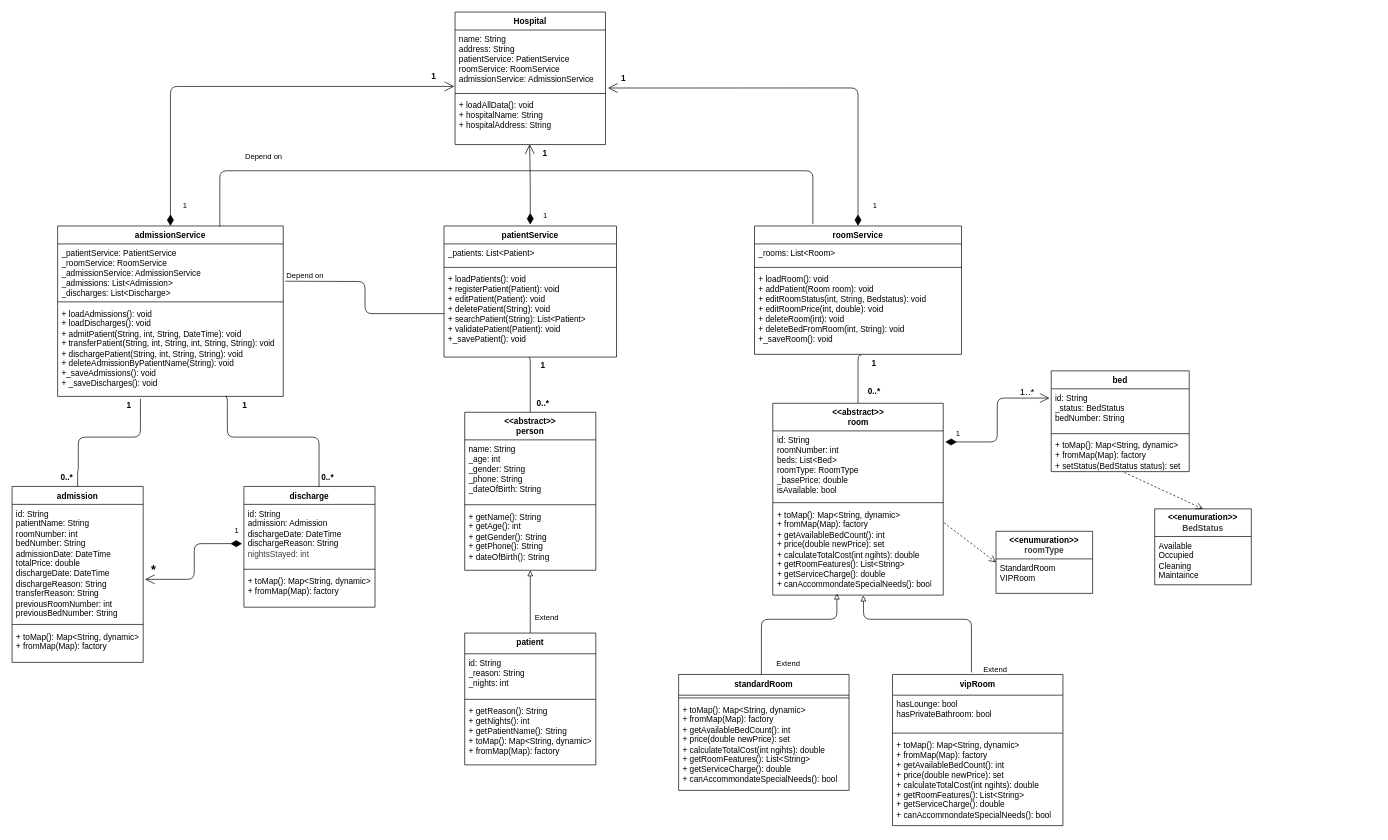
The draw.io diagram UML.drawio in Sophavisnuka/Hospital-Room-Bed-Management-Dart-Term1, before the edit. Source tidied: cells renumbered, new cells numbered last; positions are measured from the earlier drawing's top-left corner, leaving out a move shared by most shapes. Both pictures are drawn from the tidied source at 69%, with x=0, y=0 at pixel (12, 12).
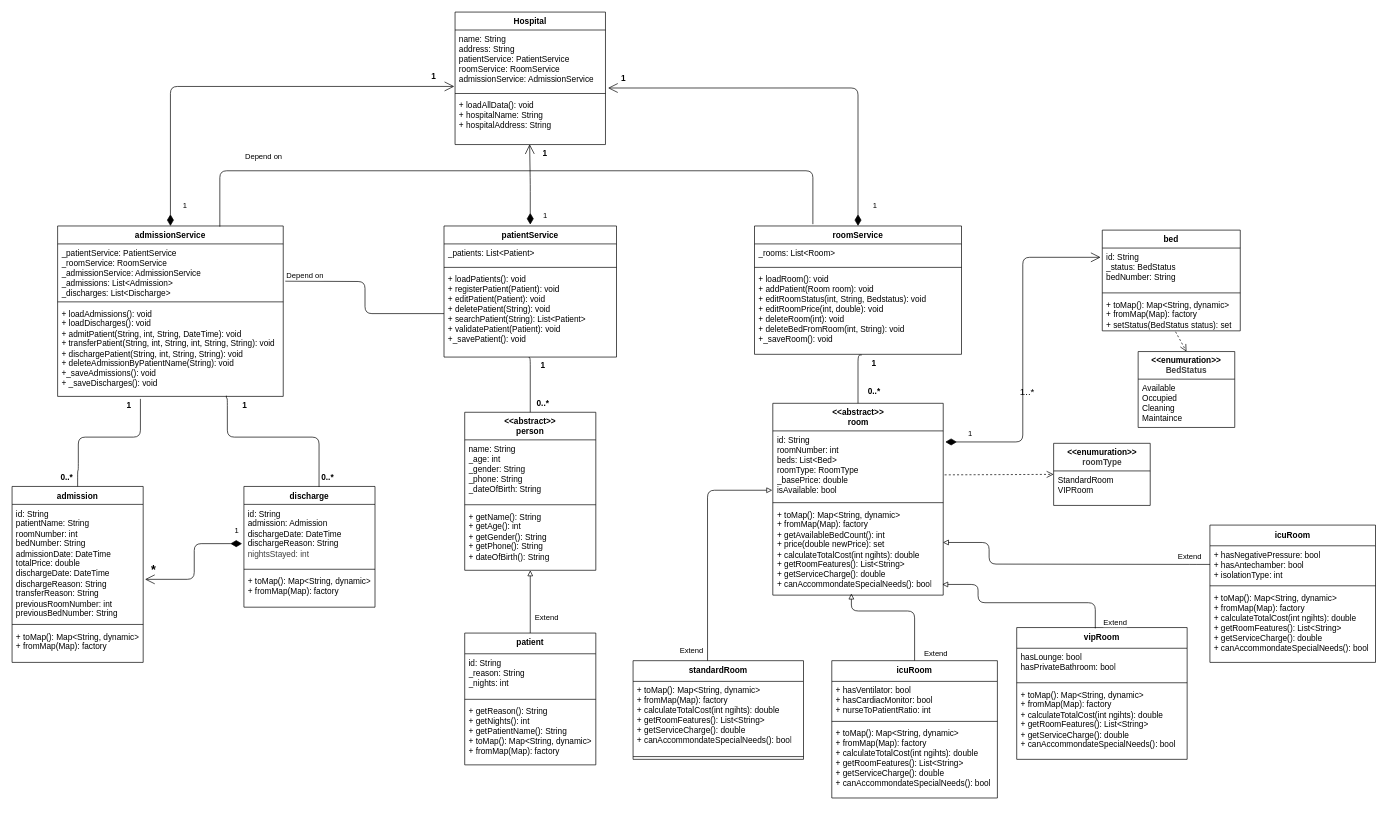
The same page after the edit.

The change refers to these unchanged cells:
```xml
<mxCell id="27" value="&lt;span&gt;&lt;font style=&quot;color: rgb(0, 0, 0);&quot;&gt;id: String&lt;/font&gt;&lt;/span&gt;&lt;div style=&quot;scrollbar-color: rgb(226, 226, 226) rgb(251, 251, 251); color: rgb(63, 63, 63);&quot;&gt;&lt;font style=&quot;color: rgb(0, 0, 0);&quot;&gt;roomNumber: int&lt;/font&gt;&lt;/div&gt;&lt;div style=&quot;scrollbar-color: rgb(226, 226, 226) rgb(251, 251, 251); color: rgb(63, 63, 63);&quot;&gt;&lt;font style=&quot;color: rgb(0, 0, 0);&quot;&gt;beds: List&amp;lt;Bed&amp;gt;&lt;/font&gt;&lt;/div&gt;&lt;div style=&quot;scrollbar-color: rgb(226, 226, 226) rgb(251, 251, 251); color: rgb(63, 63, 63);&quot;&gt;&lt;font style=&quot;color: rgb(0, 0, 0);&quot;&gt;roomType: RoomType&lt;/font&gt;&lt;/div&gt;&lt;div style=&quot;scrollbar-color: rgb(226, 226, 226) rgb(251, 251, 251); color: rgb(63, 63, 63);&quot;&gt;&lt;font style=&quot;color: rgb(0, 0, 0);&quot;&gt;_basePrice: double&lt;/font&gt;&lt;/div&gt;&lt;div style=&quot;scrollbar-color: rgb(226, 226, 226) rgb(251, 251, 251); color: rgb(63, 63, 63);&quot;&gt;&lt;font style=&quot;color: rgb(0, 0, 0);&quot;&gt;isAvailable: bool&lt;/font&gt;&lt;/div&gt;" style="text;strokeColor=none;fillColor=none;align=left;verticalAlign=top;spacingLeft=4;spacingRight=4;overflow=hidden;points=[[0,0.5],[1,0.5]];portConstraint=eastwest;whiteSpace=wrap;html=1;" parent="26" vertex="1">
  <mxGeometry y="40" width="247" height="100" as="geometry" />
</mxCell>
<mxCell id="29" value="&lt;font style=&quot;color: rgb(0, 0, 0);&quot;&gt;+ toMap(): Map&amp;lt;String, dynamic&amp;gt;&lt;/font&gt;&lt;div&gt;&lt;font style=&quot;color: rgb(0, 0, 0);&quot;&gt;+ fromMap(Map): factory&lt;/font&gt;&lt;/div&gt;&lt;div&gt;&lt;font style=&quot;color: rgb(0, 0, 0);&quot;&gt;+ getAvailableBedCount(): int&lt;/font&gt;&lt;/div&gt;&lt;div&gt;&lt;font style=&quot;color: rgb(0, 0, 0);&quot;&gt;+ price(double newPrice): set&lt;/font&gt;&lt;/div&gt;&lt;div&gt;&lt;font style=&quot;color: rgb(0, 0, 0);&quot;&gt;+ calculateTotalCost(int ngihts): double&lt;/font&gt;&lt;/div&gt;&lt;div&gt;&lt;font style=&quot;color: rgb(0, 0, 0);&quot;&gt;+ getRoomFeatures(): List&amp;lt;String&amp;gt;&lt;/font&gt;&lt;/div&gt;&lt;div&gt;&lt;font style=&quot;color: rgb(0, 0, 0);&quot;&gt;+ getServiceCharge(): double&lt;/font&gt;&lt;/div&gt;&lt;div&gt;&lt;font style=&quot;color: rgb(0, 0, 0);&quot;&gt;+ canAccommondateSpecialNeeds(): bool&lt;/font&gt;&lt;/div&gt;" style="text;strokeColor=none;fillColor=none;align=left;verticalAlign=top;spacingLeft=4;spacingRight=4;overflow=hidden;points=[[0,0.5],[1,0.5]];portConstraint=eastwest;whiteSpace=wrap;html=1;" parent="26" vertex="1">
  <mxGeometry y="148" width="247" height="130" as="geometry" />
</mxCell>
```

What changed in the source:
```diff
@@
     <mxCell id="30" value="bed" style="swimlane;fontStyle=1;align=center;verticalAlign=top;horizontal=1;startSize=26;whiteSpace=wrap;html=1;" parent="1" vertex="1">
-      <mxGeometry x="1506" y="520" width="200" height="146" as="geometry" />
+      <mxGeometry x="1580" y="316" width="200" height="146" as="geometry" />
     </mxCell>
@@
     <mxCell id="34" value="&lt;span style=&quot;color: rgb(0, 0, 0);&quot;&gt;standardRoom&lt;/span&gt;" style="swimlane;fontStyle=1;align=center;verticalAlign=top;horizontal=1;startSize=30;whiteSpace=wrap;html=1;" parent="1" vertex="1">
-      <mxGeometry x="966" y="960" width="247" height="168" as="geometry" />
+      <mxGeometry x="900" y="940" width="247" height="143" as="geometry" />
     </mxCell>
+    <mxCell id="36" value="&lt;font style=&quot;color: rgb(0, 0, 0);&quot;&gt;+ toMap(): Map&amp;lt;String, dynamic&amp;gt;&lt;/font&gt;&lt;div&gt;&lt;font style=&quot;color: rgb(0, 0, 0);&quot;&gt;+ fromMap(Map): factory&lt;/font&gt;&lt;/div&gt;&lt;div&gt;&lt;span style=&quot;background-color: transparent;&quot;&gt;&lt;font style=&quot;color: rgb(0, 0, 0);&quot;&gt;+ calculateTotalCost(int ngihts): double&lt;/font&gt;&lt;/span&gt;&lt;/div&gt;&lt;div&gt;&lt;font style=&quot;color: rgb(0, 0, 0);&quot;&gt;+ getRoomFeatures(): List&amp;lt;String&amp;gt;&lt;/font&gt;&lt;/div&gt;&lt;div&gt;&lt;font style=&quot;color: rgb(0, 0, 0);&quot;&gt;+ getServiceCharge(): double&lt;/font&gt;&lt;/div&gt;&lt;div&gt;&lt;font style=&quot;color: rgb(0, 0, 0);&quot;&gt;+ canAccommondateSpecialNeeds(): bool&lt;/font&gt;&lt;/div&gt;" style="text;strokeColor=none;fillColor=none;align=left;verticalAlign=top;spacingLeft=4;spacingRight=4;overflow=hidden;whiteSpace=wrap;html=1;" parent="34" vertex="1">
+      <mxGeometry y="30" width="247" height="105" as="geometry" />
+    </mxCell>
     <mxCell id="35" style="line;strokeWidth=1;fillColor=none;align=left;verticalAlign=middle;spacingTop=-1;spacingLeft=3;spacingRight=3;labelPosition=right;strokeColor=inherit;" parent="34" vertex="1">
-      <mxGeometry y="30" width="247" height="8" as="geometry" />
+      <mxGeometry y="135" width="247" height="8" as="geometry" />
     </mxCell>
-    <mxCell id="36" value="&lt;font style=&quot;color: rgb(0, 0, 0);&quot;&gt;+ toMap(): Map&amp;lt;String, dynamic&amp;gt;&lt;/font&gt;&lt;div&gt;&lt;font style=&quot;color: rgb(0, 0, 0);&quot;&gt;+ fromMap(Map): factory&lt;/font&gt;&lt;/div&gt;&lt;div&gt;&lt;font style=&quot;color: rgb(0, 0, 0);&quot;&gt;+ getAvailableBedCount(): int&lt;/font&gt;&lt;/div&gt;&lt;div&gt;&lt;font style=&quot;color: rgb(0, 0, 0);&quot;&gt;+ price(double newPrice): set&lt;/font&gt;&lt;/div&gt;&lt;div&gt;&lt;font style=&quot;color: rgb(0, 0, 0);&quot;&gt;+ calculateTotalCost(int ngihts): double&lt;/font&gt;&lt;/div&gt;&lt;div&gt;&lt;font style=&quot;color: rgb(0, 0, 0);&quot;&gt;+ getRoomFeatures(): List&amp;lt;String&amp;gt;&lt;/font&gt;&lt;/div&gt;&lt;div&gt;&lt;font style=&quot;color: rgb(0, 0, 0);&quot;&gt;+ getServiceCharge(): double&lt;/font&gt;&lt;/div&gt;&lt;div&gt;&lt;font style=&quot;color: rgb(0, 0, 0);&quot;&gt;+ canAccommondateSpecialNeeds(): bool&lt;/font&gt;&lt;/div&gt;" style="text;strokeColor=none;fillColor=none;align=left;verticalAlign=top;spacingLeft=4;spacingRight=4;overflow=hidden;whiteSpace=wrap;html=1;" parent="34" vertex="1">
-      <mxGeometry y="38" width="247" height="130" as="geometry" />
-    </mxCell>
     <mxCell id="37" value="&lt;div&gt;vipRoom&lt;/div&gt;" style="swimlane;fontStyle=1;align=center;verticalAlign=top;horizontal=1;startSize=30;whiteSpace=wrap;html=1;" parent="1" vertex="1">
-      <mxGeometry x="1276" y="960" width="247" height="219" as="geometry" />
+      <mxGeometry x="1456" y="892" width="247" height="191" as="geometry" />
     </mxCell>
     <mxCell id="38" value="&lt;font style=&quot;color: rgb(0, 0, 0);&quot;&gt;hasLounge: bool&lt;/font&gt;&lt;div&gt;&lt;font style=&quot;color: rgb(0, 0, 0);&quot;&gt;hasPrivateBathroom: bool&lt;/font&gt;&lt;/div&gt;" style="text;strokeColor=none;fillColor=none;align=left;verticalAlign=top;spacingLeft=4;spacingRight=4;overflow=hidden;whiteSpace=wrap;html=1;" parent="37" vertex="1">
-      <mxGeometry y="30" width="247" height="51" as="geometry" />
+      <mxGeometry y="30" width="247" height="46" as="geometry" />
     </mxCell>
     <mxCell id="39" style="line;strokeWidth=1;fillColor=none;align=left;verticalAlign=middle;spacingTop=-1;spacingLeft=3;spacingRight=3;labelPosition=right;strokeColor=inherit;" parent="37" vertex="1">
-      <mxGeometry y="81" width="247" height="8" as="geometry" />
+      <mxGeometry y="76" width="247" height="8" as="geometry" />
     </mxCell>
-    <mxCell id="40" value="&lt;font style=&quot;color: rgb(0, 0, 0);&quot;&gt;+ toMap(): Map&amp;lt;String, dynamic&amp;gt;&lt;/font&gt;&lt;div&gt;&lt;font style=&quot;color: rgb(0, 0, 0);&quot;&gt;+ fromMap(Map): factory&lt;/font&gt;&lt;/div&gt;&lt;div&gt;&lt;font style=&quot;color: rgb(0, 0, 0);&quot;&gt;+ getAvailableBedCount(): int&lt;/font&gt;&lt;/div&gt;&lt;div&gt;&lt;font style=&quot;color: rgb(0, 0, 0);&quot;&gt;+ price(double newPrice): set&lt;/font&gt;&lt;/div&gt;&lt;div&gt;&lt;font style=&quot;color: rgb(0, 0, 0);&quot;&gt;+ calculateTotalCost(int ngihts): double&lt;/font&gt;&lt;/div&gt;&lt;div&gt;&lt;font style=&quot;color: rgb(0, 0, 0);&quot;&gt;+ getRoomFeatures(): List&amp;lt;String&amp;gt;&lt;/font&gt;&lt;/div&gt;&lt;div&gt;&lt;font style=&quot;color: rgb(0, 0, 0);&quot;&gt;+ getServiceCharge(): double&lt;/font&gt;&lt;/div&gt;&lt;div&gt;&lt;font style=&quot;color: rgb(0, 0, 0);&quot;&gt;+ canAccommondateSpecialNeeds(): bool&lt;/font&gt;&lt;/div&gt;" style="text;strokeColor=none;fillColor=none;align=left;verticalAlign=top;spacingLeft=4;spacingRight=4;overflow=hidden;whiteSpace=wrap;html=1;" parent="37" vertex="1">
-      <mxGeometry y="89" width="247" height="130" as="geometry" />
+    <mxCell id="40" value="&lt;font style=&quot;color: rgb(0, 0, 0);&quot;&gt;+ toMap(): Map&amp;lt;String, dynamic&amp;gt;&lt;/font&gt;&lt;div&gt;&lt;font style=&quot;color: rgb(0, 0, 0);&quot;&gt;+ fromMap(Map): factory&lt;/font&gt;&lt;/div&gt;&lt;div&gt;&lt;span style=&quot;background-color: transparent;&quot;&gt;&lt;font style=&quot;color: rgb(0, 0, 0);&quot;&gt;+ calculateTotalCost(int ngihts): double&lt;/font&gt;&lt;/span&gt;&lt;/div&gt;&lt;div&gt;&lt;font style=&quot;color: rgb(0, 0, 0);&quot;&gt;+ getRoomFeatures(): List&amp;lt;String&amp;gt;&lt;/font&gt;&lt;/div&gt;&lt;div&gt;&lt;font style=&quot;color: rgb(0, 0, 0);&quot;&gt;+ getServiceCharge(): double&lt;/font&gt;&lt;/div&gt;&lt;div&gt;&lt;font style=&quot;color: rgb(0, 0, 0);&quot;&gt;+ canAccommondateSpecialNeeds(): bool&lt;/font&gt;&lt;/div&gt;" style="text;strokeColor=none;fillColor=none;align=left;verticalAlign=top;spacingLeft=4;spacingRight=4;overflow=hidden;whiteSpace=wrap;html=1;" parent="37" vertex="1">
+      <mxGeometry y="84" width="247" height="107" as="geometry" />
     </mxCell>
@@
     <mxCell id="49" value="&lt;span style=&quot;color: rgb(0, 0, 0); font-weight: 700;&quot;&gt;&amp;lt;&amp;lt;enumuration&amp;gt;&amp;gt;&lt;/span&gt;&lt;div style=&quot;color: rgb(63, 63, 63); scrollbar-color: rgb(226, 226, 226) rgb(251, 251, 251); font-weight: 700;&quot;&gt;BedStatus&lt;/div&gt;" style="swimlane;fontStyle=0;horizontal=1;startSize=40;fillColor=none;whiteSpace=wrap;html=1;" parent="1" vertex="1">
-      <mxGeometry x="1656" y="720" width="140" height="110" as="geometry" />
+      <mxGeometry x="1632" y="492" width="140" height="110" as="geometry" />
     </mxCell>
@@
     <mxCell id="51" value="&lt;span style=&quot;color: rgb(0, 0, 0); font-weight: 700;&quot;&gt;&amp;lt;&amp;lt;enumuration&amp;gt;&amp;gt;&lt;/span&gt;&lt;div style=&quot;color: rgb(63, 63, 63); scrollbar-color: rgb(226, 226, 226) rgb(251, 251, 251); font-weight: 700;&quot;&gt;roomType&lt;/div&gt;" style="swimlane;fontStyle=0;horizontal=1;startSize=40;fillColor=none;whiteSpace=wrap;html=1;" parent="1" vertex="1">
-      <mxGeometry x="1426" y="752.5" width="140" height="90" as="geometry" />
+      <mxGeometry x="1509.5" y="625" width="140" height="90" as="geometry" />
     </mxCell>
@@
-    <mxCell id="71" value="Extend" style="endArrow=block;endFill=0;html=1;edgeStyle=orthogonalEdgeStyle;align=left;verticalAlign=top;entryX=0.376;entryY=0.982;entryDx=0;entryDy=0;entryPerimeter=0;" parent="1" edge="1" target="29">
-      <mxGeometry x="-0.74" y="-20" relative="1" as="geometry">
-        <mxPoint x="1086" y="960" as="sourcePoint" />
+    <mxCell id="71" value="Extend" style="endArrow=block;endFill=0;html=1;edgeStyle=orthogonalEdgeStyle;align=left;verticalAlign=top;entryX=-0.003;entryY=0.86;entryDx=0;entryDy=0;entryPerimeter=0;exitX=0.437;exitY=0;exitDx=0;exitDy=0;exitPerimeter=0;" parent="1" edge="1" source="34" target="27">
+      <mxGeometry x="-0.84" y="42" relative="1" as="geometry">
         <Array as="points">
-          <mxPoint x="1086" y="880" />
-          <mxPoint x="1195" y="880" />
+          <mxPoint x="1008" y="693" />
         </Array>
       </mxGeometry>
     </mxCell>
-    <mxCell id="72" value="Extend" style="endArrow=block;endFill=0;html=1;edgeStyle=orthogonalEdgeStyle;align=left;verticalAlign=top;entryX=0.531;entryY=1.004;entryDx=0;entryDy=0;entryPerimeter=0;exitX=0.463;exitY=-0.014;exitDx=0;exitDy=0;exitPerimeter=0;" parent="1" edge="1" source="37" target="29">
-      <mxGeometry x="-0.87" y="-16" relative="1" as="geometry">
+    <mxCell id="72" value="Extend" style="endArrow=block;endFill=0;html=1;edgeStyle=orthogonalEdgeStyle;align=left;verticalAlign=top;exitX=0.461;exitY=0.006;exitDx=0;exitDy=0;exitPerimeter=0;entryX=0.994;entryY=0.881;entryDx=0;entryDy=0;entryPerimeter=0;" parent="1" edge="1" source="37" target="29">
+      <mxGeometry x="-0.85" y="-10" relative="1" as="geometry">
         <Array as="points">
-          <mxPoint x="1390" y="880" />
-          <mxPoint x="1234" y="880" />
-          <mxPoint x="1234" y="860" />
+          <mxPoint x="1570" y="856" />
+          <mxPoint x="1400" y="856" />
+          <mxPoint x="1400" y="829" />
         </Array>
       </mxGeometry>
     </mxCell>
@@
-    <mxCell id="74" style="html=1;verticalAlign=bottom;endArrow=open;dashed=1;endSize=8;curved=0;rounded=0;exitX=1.005;exitY=0.193;exitDx=0;exitDy=0;exitPerimeter=0;entryX=0;entryY=0.5;entryDx=0;entryDy=0;" parent="1" edge="1" source="29" target="51">
+    <mxCell id="74" style="html=1;verticalAlign=bottom;endArrow=open;dashed=1;endSize=8;curved=0;rounded=0;exitX=1.008;exitY=0.637;exitDx=0;exitDy=0;exitPerimeter=0;entryX=0;entryY=0.5;entryDx=0;entryDy=0;" parent="1" edge="1" source="27" target="51">
       <mxGeometry relative="1" as="geometry" />
     </mxCell>
@@
+    <mxCell id="85" value="&lt;div&gt;icuRoom&lt;/div&gt;" style="swimlane;fontStyle=1;align=center;verticalAlign=top;horizontal=1;startSize=30;whiteSpace=wrap;html=1;" parent="1" vertex="1">
+      <mxGeometry x="1188" y="940" width="240" height="199" as="geometry" />
+    </mxCell>
+    <mxCell id="86" value="&lt;font style=&quot;color: rgb(0, 0, 0);&quot;&gt;+ hasVentilator: bool&lt;/font&gt;&lt;div&gt;&lt;font style=&quot;color: rgb(0, 0, 0);&quot;&gt;+ hasCardiacMonitor: bool&lt;/font&gt;&lt;/div&gt;&lt;div&gt;&lt;font style=&quot;color: rgb(0, 0, 0);&quot;&gt;+ nurseToPatientRatio: int&lt;/font&gt;&lt;/div&gt;" style="text;strokeColor=none;fillColor=none;align=left;verticalAlign=top;spacingLeft=4;spacingRight=4;overflow=hidden;whiteSpace=wrap;html=1;" parent="85" vertex="1">
+      <mxGeometry y="30" width="240" height="54" as="geometry" />
+    </mxCell>
+    <mxCell id="87" style="line;strokeWidth=1;fillColor=none;align=left;verticalAlign=middle;spacingTop=-1;spacingLeft=3;spacingRight=3;labelPosition=right;strokeColor=inherit;" parent="85" vertex="1">
+      <mxGeometry y="84" width="240" height="8" as="geometry" />
+    </mxCell>
+    <mxCell id="88" value="&lt;font style=&quot;color: rgb(0, 0, 0);&quot;&gt;+ toMap(): Map&amp;lt;String, dynamic&amp;gt;&lt;/font&gt;&lt;div&gt;&lt;font style=&quot;color: rgb(0, 0, 0);&quot;&gt;+ fromMap(Map): factory&lt;/font&gt;&lt;/div&gt;&lt;div&gt;&lt;span style=&quot;background-color: transparent;&quot;&gt;&lt;font style=&quot;color: rgb(0, 0, 0);&quot;&gt;+ calculateTotalCost(int ngihts): double&lt;/font&gt;&lt;/span&gt;&lt;/div&gt;&lt;div&gt;&lt;font style=&quot;color: rgb(0, 0, 0);&quot;&gt;+ getRoomFeatures(): List&amp;lt;String&amp;gt;&lt;/font&gt;&lt;/div&gt;&lt;div&gt;&lt;font style=&quot;color: rgb(0, 0, 0);&quot;&gt;+ getServiceCharge(): double&lt;/font&gt;&lt;/div&gt;&lt;div&gt;&lt;font style=&quot;color: rgb(0, 0, 0);&quot;&gt;+ canAccommondateSpecialNeeds(): bool&lt;/font&gt;&lt;/div&gt;" style="text;strokeColor=none;fillColor=none;align=left;verticalAlign=top;spacingLeft=4;spacingRight=4;overflow=hidden;whiteSpace=wrap;html=1;" parent="85" vertex="1">
+      <mxGeometry y="92" width="240" height="107" as="geometry" />
+    </mxCell>
+    <mxCell id="89" value="&lt;div&gt;icuRoom&lt;/div&gt;" style="swimlane;fontStyle=1;align=center;verticalAlign=top;horizontal=1;startSize=30;whiteSpace=wrap;html=1;" parent="1" vertex="1">
+      <mxGeometry x="1736" y="743.5" width="240" height="199" as="geometry" />
+    </mxCell>
+    <mxCell id="90" value="&lt;font style=&quot;color: rgb(0, 0, 0);&quot;&gt;+ hasNegativePressure: bool&lt;/font&gt;&lt;div&gt;&lt;font style=&quot;color: rgb(0, 0, 0);&quot;&gt;+ hasAntechamber: bool&lt;/font&gt;&lt;/div&gt;&lt;div&gt;&lt;font style=&quot;color: rgb(0, 0, 0);&quot;&gt;+ isolationType: int&lt;/font&gt;&lt;/div&gt;" style="text;strokeColor=none;fillColor=none;align=left;verticalAlign=top;spacingLeft=4;spacingRight=4;overflow=hidden;points=[[0,0.5],[1,0.5]];portConstraint=eastwest;whiteSpace=wrap;html=1;" parent="89" vertex="1">
+      <mxGeometry y="30" width="240" height="54" as="geometry" />
+    </mxCell>
+    <mxCell id="91" style="line;strokeWidth=1;fillColor=none;align=left;verticalAlign=middle;spacingTop=-1;spacingLeft=3;spacingRight=3;labelPosition=right;strokeColor=inherit;" parent="89" vertex="1">
+      <mxGeometry y="84" width="240" height="8" as="geometry" />
+    </mxCell>
+    <mxCell id="92" value="&lt;font style=&quot;color: rgb(0, 0, 0);&quot;&gt;+ toMap(): Map&amp;lt;String, dynamic&amp;gt;&lt;/font&gt;&lt;div&gt;&lt;font style=&quot;color: rgb(0, 0, 0);&quot;&gt;+ fromMap(Map): factory&lt;/font&gt;&lt;/div&gt;&lt;div&gt;&lt;span style=&quot;background-color: transparent;&quot;&gt;&lt;font style=&quot;color: rgb(0, 0, 0);&quot;&gt;+ calculateTotalCost(int ngihts): double&lt;/font&gt;&lt;/span&gt;&lt;/div&gt;&lt;div&gt;&lt;font style=&quot;color: rgb(0, 0, 0);&quot;&gt;+ getRoomFeatures(): List&amp;lt;String&amp;gt;&lt;/font&gt;&lt;/div&gt;&lt;div&gt;&lt;font style=&quot;color: rgb(0, 0, 0);&quot;&gt;+ getServiceCharge(): double&lt;/font&gt;&lt;/div&gt;&lt;div&gt;&lt;font style=&quot;color: rgb(0, 0, 0);&quot;&gt;+ canAccommondateSpecialNeeds(): bool&lt;/font&gt;&lt;/div&gt;" style="text;strokeColor=none;fillColor=none;align=left;verticalAlign=top;spacingLeft=4;spacingRight=4;overflow=hidden;whiteSpace=wrap;html=1;" parent="89" vertex="1">
+      <mxGeometry y="92" width="240" height="107" as="geometry" />
+    </mxCell>
+    <mxCell id="93" value="Extend" style="endArrow=block;endFill=0;html=1;edgeStyle=orthogonalEdgeStyle;align=left;verticalAlign=top;exitX=0.5;exitY=0;exitDx=0;exitDy=0;entryX=0.461;entryY=0.982;entryDx=0;entryDy=0;entryPerimeter=0;" parent="1" edge="1" source="85" target="29">
+      <mxGeometry x="-0.75" y="-12" relative="1" as="geometry">
+        <Array as="points">
+          <mxPoint x="1308" y="868" />
+          <mxPoint x="1216" y="868" />
+        </Array>
+      </mxGeometry>
+    </mxCell>
+    <mxCell id="94" value="Extend" style="endArrow=block;endFill=0;html=1;edgeStyle=orthogonalEdgeStyle;align=left;verticalAlign=top;exitX=0;exitY=0.5;exitDx=0;exitDy=0;entryX=0.998;entryY=0.413;entryDx=0;entryDy=0;entryPerimeter=0;" parent="1" edge="1" source="90" target="29">
+      <mxGeometry x="-0.77" y="-24" relative="1" as="geometry">
+        <Array as="points">
+          <mxPoint x="1716" y="800" />
+          <mxPoint x="1416" y="800" />
+          <mxPoint x="1416" y="769" />
+        </Array>
+      </mxGeometry>
+    </mxCell>
```
